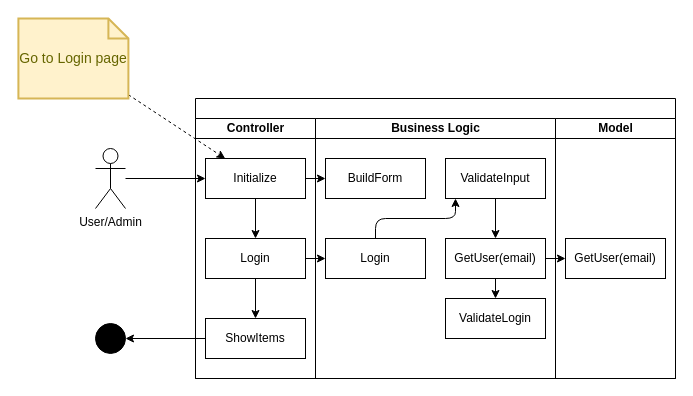
Earlier version of the draw.io diagram diagrams/ASD/Login.drawio (JochemGrootherder/educom-webshop-runtime-records). Source tidied: cells renumbered, new cells numbered last; positions are measured from the earlier drawing's top-left corner, leaving out a move shared by most shapes. Both pictures are drawn from the tidied source at 100%, with x=0, y=0 at pixel (18, 18).
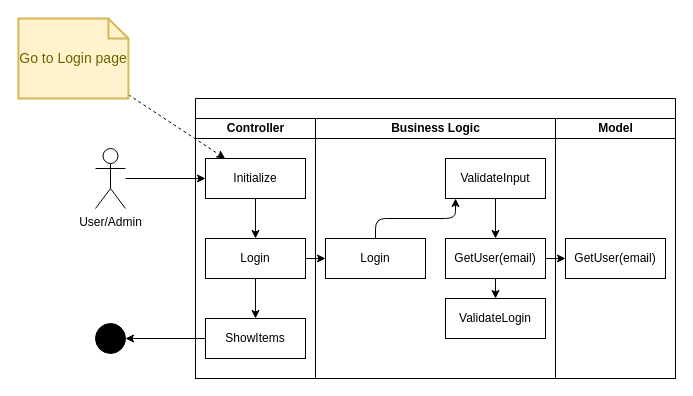
Above is the later version.

The change refers to these unchanged cells:
```xml
<mxCell id="2" style="swimlane;startSize=20;html=1;" parent="1" vertex="1">
  <mxGeometry x="177" y="80" width="480" height="280" as="geometry" />
</mxCell>
<mxCell id="5" value="Initialize" style="rounded=0;whiteSpace=wrap;html=1;" parent="3" vertex="1">
  <mxGeometry x="10" y="40" width="100" height="40" as="geometry" />
</mxCell>
<mxCell id="9" value="Business Logic" style="swimlane;startSize=20;html=1;" parent="2" vertex="1">
  <mxGeometry x="120" y="20" width="240" height="260" as="geometry" />
</mxCell>
```

Diff of the diagram source:
```diff
@@
-    <mxCell id="17" value="BuildForm" style="rounded=0;whiteSpace=wrap;html=1;" parent="9" vertex="1">
-      <mxGeometry x="10" y="40" width="100" height="40" as="geometry" />
-    </mxCell>
@@
-    <mxCell id="22" style="edgeStyle=none;html=1;" parent="2" edge="1" source="5" target="17">
-      <mxGeometry relative="1" as="geometry" />
-    </mxCell>
```
